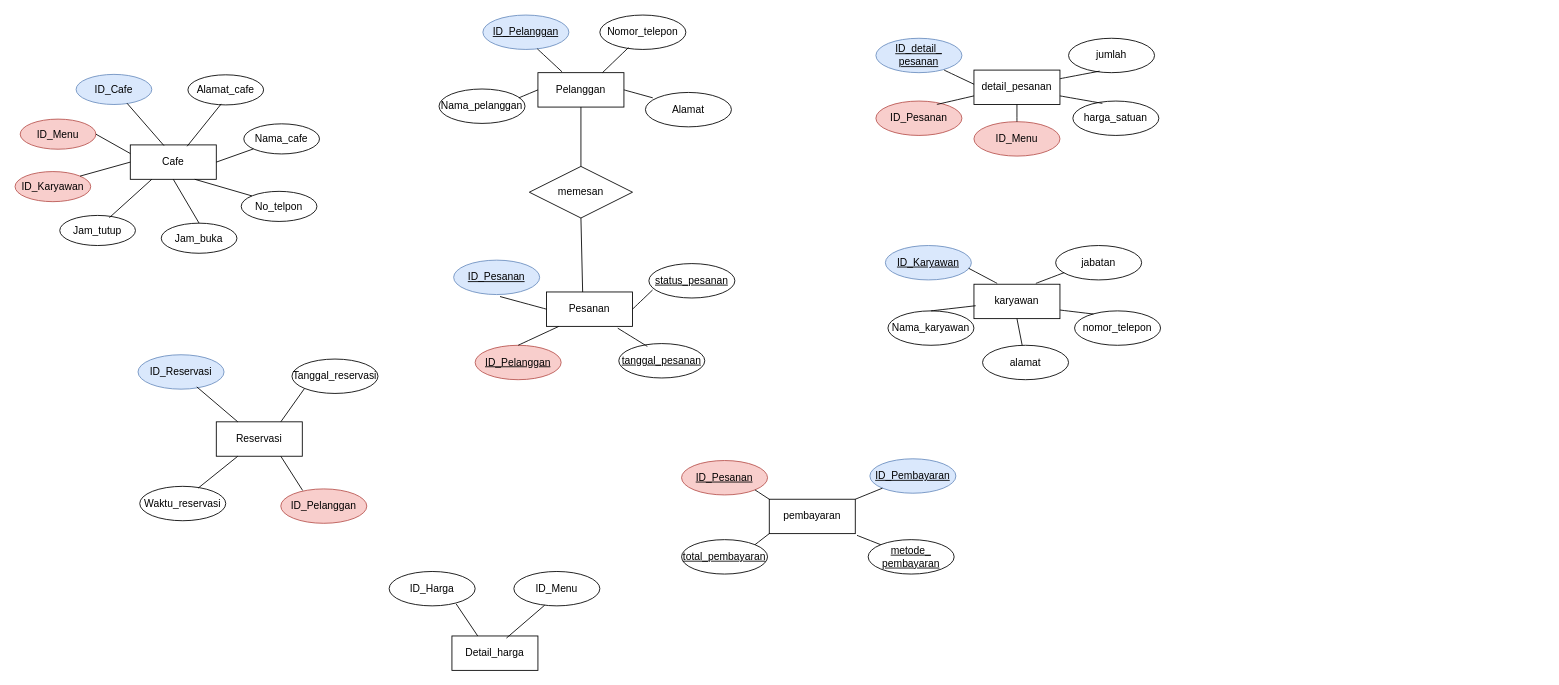
This is Untitled Diagram.drawio from glourri/glourri, a draw.io file, before an edit. Source tidied: cells renumbered, new cells numbered last; positions are measured from the earlier drawing's top-left corner, leaving out a move shared by most shapes. Both pictures are drawn from the tidied source at 86%, with x=0, y=0 at pixel (15, 15).
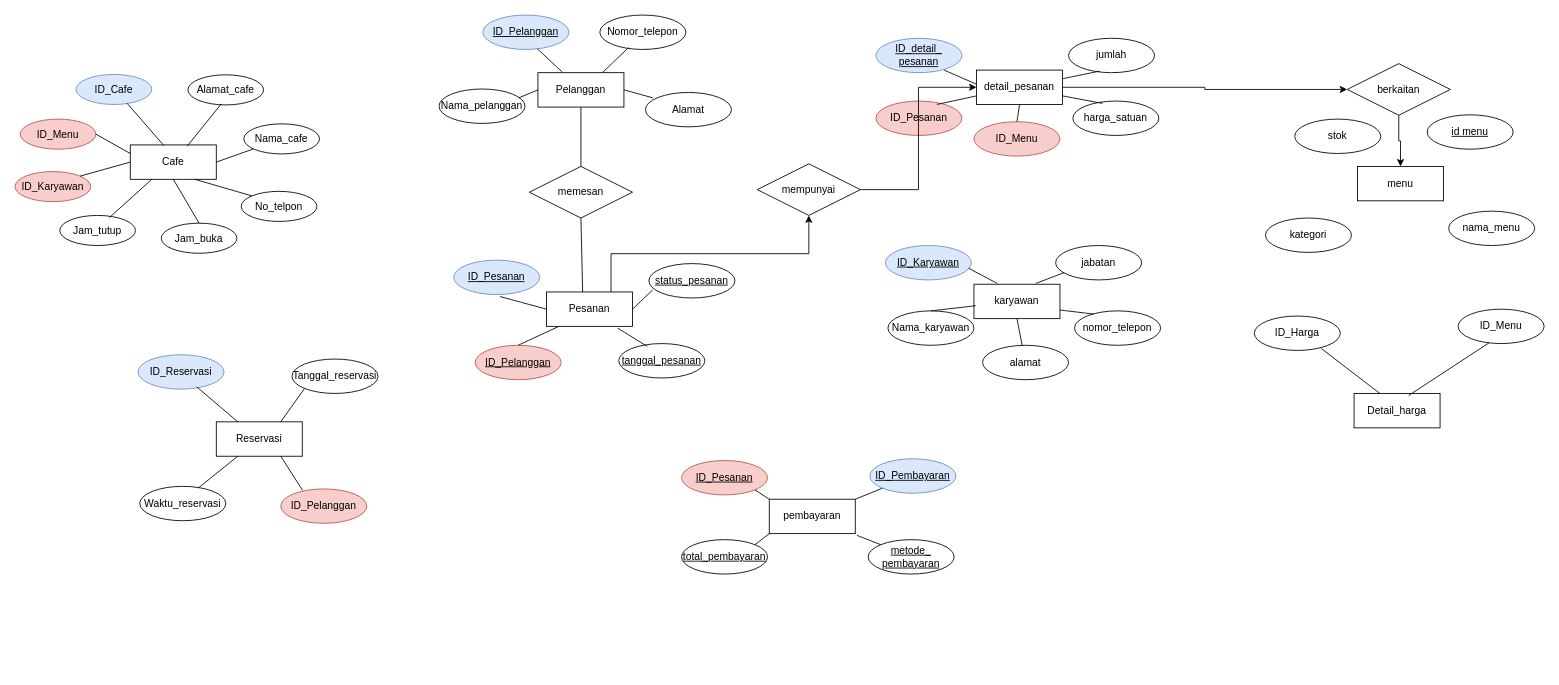
Above is the later version.

The change refers to these unchanged cells:
```xml
<mxCell id="13" value="Pesanan" style="whiteSpace=wrap;html=1;align=center;" parent="1" vertex="1">
  <mxGeometry x="618" y="322" width="100" height="40" as="geometry" />
</mxCell>
```

Diff of the diagram source:
```diff
@@
+    <mxCell id="85" style="edgeStyle=orthogonalEdgeStyle;rounded=0;jettySize=auto;html=1;exitX=1;exitY=0.5;exitDx=0;exitDy=0;entryX=0;entryY=0.5;entryDx=0;entryDy=0;" parent="1" edge="1" source="7" target="95">
+      <mxGeometry relative="1" as="geometry" />
+    </mxCell>
     <mxCell id="7" value="detail_pesanan" style="whiteSpace=wrap;html=1;align=center;" parent="1" vertex="1">
-      <mxGeometry x="1115" y="64" width="100" height="40" as="geometry" />
+      <mxGeometry x="1118" y="64" width="100" height="40" as="geometry" />
     </mxCell>
@@
+    <mxCell id="86" style="edgeStyle=orthogonalEdgeStyle;rounded=0;jettySize=auto;html=1;exitX=0.75;exitY=0;exitDx=0;exitDy=0;" parent="1" edge="1" source="13" target="93">
+      <mxGeometry relative="1" as="geometry" />
+    </mxCell>
@@
     <mxCell id="70" value="Detail_harga" style="whiteSpace=wrap;html=1;align=center;" parent="1" vertex="1">
-      <mxGeometry x="508" y="722" width="100" height="40" as="geometry" />
+      <mxGeometry x="1557" y="440" width="100" height="40" as="geometry" />
     </mxCell>
     <mxCell id="71" value="ID_Harga" style="ellipse;whiteSpace=wrap;html=1;align=center;" parent="1" vertex="1">
-      <mxGeometry x="435" y="647" width="100" height="40" as="geometry" />
+      <mxGeometry x="1441" y="350" width="100" height="40" as="geometry" />
     </mxCell>
     <mxCell id="72" value="ID_Menu" style="ellipse;whiteSpace=wrap;html=1;align=center;" parent="1" vertex="1">
-      <mxGeometry x="580" y="647" width="100" height="40" as="geometry" />
+      <mxGeometry x="1678" y="342" width="100" height="40" as="geometry" />
     </mxCell>
@@
+    <mxCell id="87" value="menu" style="whiteSpace=wrap;html=1;align=center;" parent="1" vertex="1">
+      <mxGeometry x="1561" y="176" width="100" height="40" as="geometry" />
+    </mxCell>
+    <mxCell id="88" value="kategori" style="ellipse;whiteSpace=wrap;html=1;align=center;" parent="1" vertex="1">
+      <mxGeometry x="1454" y="236" width="100" height="40" as="geometry" />
+    </mxCell>
+    <mxCell id="89" value="nama_menu" style="ellipse;whiteSpace=wrap;html=1;align=center;" parent="1" vertex="1">
+      <mxGeometry x="1667" y="228" width="100" height="40" as="geometry" />
+    </mxCell>
+    <mxCell id="90" value="stok" style="ellipse;whiteSpace=wrap;html=1;align=center;" parent="1" vertex="1">
+      <mxGeometry x="1488" y="121" width="100" height="40" as="geometry" />
+    </mxCell>
+    <mxCell id="91" value="id menu" style="ellipse;whiteSpace=wrap;html=1;align=center;fontStyle=4;" parent="1" vertex="1">
+      <mxGeometry x="1642" y="116" width="100" height="40" as="geometry" />
+    </mxCell>
+    <mxCell id="92" style="edgeStyle=orthogonalEdgeStyle;rounded=0;jettySize=auto;html=1;exitX=1;exitY=0.5;exitDx=0;exitDy=0;entryX=0;entryY=0.5;entryDx=0;entryDy=0;" parent="1" edge="1" source="93" target="7">
+      <mxGeometry relative="1" as="geometry" />
+    </mxCell>
+    <mxCell id="93" value="mempunyai" style="shape=rhombus;perimeter=rhombusPerimeter;whiteSpace=wrap;html=1;align=center;" parent="1" vertex="1">
+      <mxGeometry x="863" y="173" width="120" height="60" as="geometry" />
+    </mxCell>
+    <mxCell id="94" style="edgeStyle=orthogonalEdgeStyle;rounded=0;jettySize=auto;html=1;exitX=0.5;exitY=1;exitDx=0;exitDy=0;entryX=0.5;entryY=0;entryDx=0;entryDy=0;" parent="1" edge="1" source="95" target="87">
+      <mxGeometry relative="1" as="geometry" />
+    </mxCell>
+    <mxCell id="95" value="berkaitan" style="shape=rhombus;perimeter=rhombusPerimeter;whiteSpace=wrap;html=1;align=center;" parent="1" vertex="1">
+      <mxGeometry x="1549" y="56.5" width="120" height="60" as="geometry" />
+    </mxCell>
```
